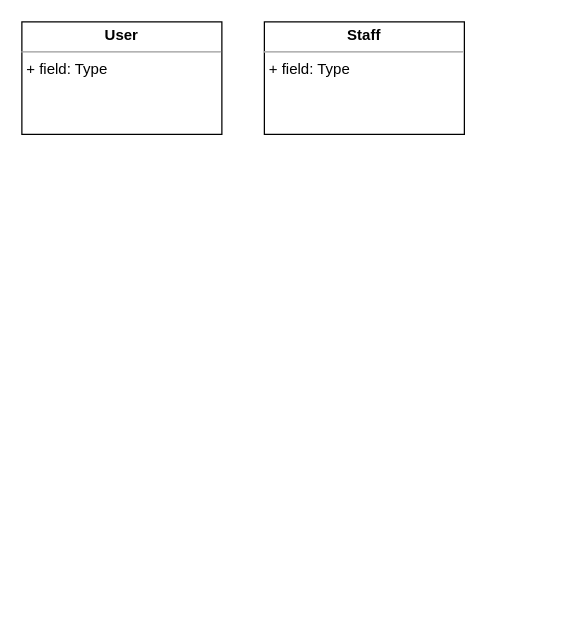
Before: Web Architecture/Lab0102/ClassDiagram.drawio in satyajitghana/University-Work-SEM-07, a draw.io diagram. Source tidied: cells renumbered, new cells numbered last; positions are measured from the earlier drawing's top-left corner, leaving out a move shared by most shapes. Both pictures are drawn from the tidied source at 125%, with x=0, y=0 at pixel (21, 21).
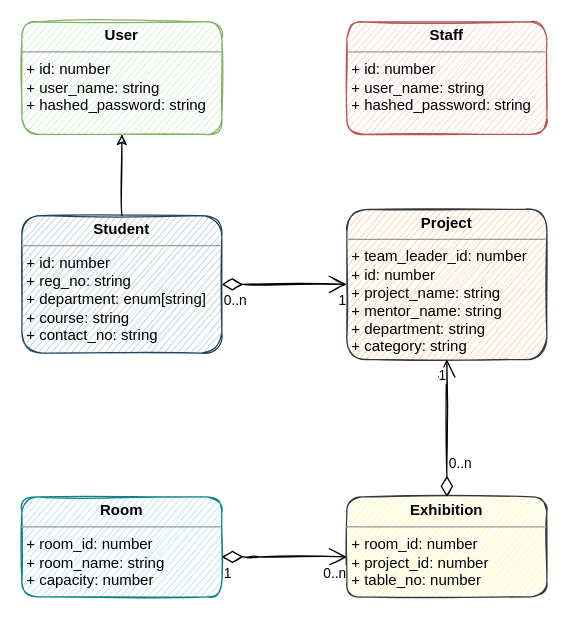
The same page after the edit.

The edit, as a diff of the source:
```diff
@@
-    <mxCell id="2" value="&lt;p style=&quot;margin: 0px ; margin-top: 4px ; text-align: center&quot;&gt;&lt;b&gt;User&lt;/b&gt;&lt;/p&gt;&lt;hr size=&quot;1&quot;&gt;&lt;p style=&quot;margin: 0px ; margin-left: 4px&quot;&gt;+ field: Type&lt;/p&gt;&lt;p style=&quot;margin: 0px ; margin-left: 4px&quot;&gt;&lt;br&gt;&lt;/p&gt;" style="verticalAlign=top;align=left;overflow=fill;fontSize=12;fontFamily=Helvetica;html=1;" parent="1" vertex="1">
+    <mxCell id="2" value="&lt;p style=&quot;margin: 0px ; margin-top: 4px ; text-align: center&quot;&gt;&lt;b&gt;User&lt;/b&gt;&lt;/p&gt;&lt;hr size=&quot;1&quot;&gt;&lt;p style=&quot;margin: 0px ; margin-left: 4px&quot;&gt;+ id: number&lt;/p&gt;&lt;p style=&quot;margin: 0px ; margin-left: 4px&quot;&gt;+ user_name: string&lt;/p&gt;&lt;p style=&quot;margin: 0px ; margin-left: 4px&quot;&gt;+ hashed_password: string&lt;/p&gt;&lt;p style=&quot;margin: 0px ; margin-left: 4px&quot;&gt;&lt;br&gt;&lt;/p&gt;" style="verticalAlign=top;align=left;overflow=fill;fontSize=12;fontFamily=Helvetica;html=1;rounded=1;glass=0;sketch=1;fillColor=#d5e8d4;strokeColor=#82b366;" parent="1" vertex="1">
       <mxGeometry width="160" height="90" as="geometry" />
     </mxCell>
-    <mxCell id="3" value="&lt;p style=&quot;margin: 0px ; margin-top: 4px ; text-align: center&quot;&gt;&lt;b&gt;Staff&lt;/b&gt;&lt;/p&gt;&lt;hr size=&quot;1&quot;&gt;&lt;p style=&quot;margin: 0px ; margin-left: 4px&quot;&gt;+ field: Type&lt;/p&gt;&lt;p style=&quot;margin: 0px ; margin-left: 4px&quot;&gt;&lt;br&gt;&lt;/p&gt;" style="verticalAlign=top;align=left;overflow=fill;fontSize=12;fontFamily=Helvetica;html=1;" parent="1" vertex="1">
-      <mxGeometry x="194" width="160" height="90" as="geometry" />
+    <mxCell id="3" value="&lt;p style=&quot;margin: 0px ; margin-top: 4px ; text-align: center&quot;&gt;&lt;b&gt;Staff&lt;/b&gt;&lt;/p&gt;&lt;hr size=&quot;1&quot;&gt;&lt;p style=&quot;margin: 0px 0px 0px 4px&quot;&gt;+ id: number&lt;/p&gt;&lt;p style=&quot;margin: 0px 0px 0px 4px&quot;&gt;+ user_name: string&lt;/p&gt;&lt;p style=&quot;margin: 0px 0px 0px 4px&quot;&gt;+ hashed_password: string&lt;/p&gt;&lt;p style=&quot;margin: 0px ; margin-left: 4px&quot;&gt;&lt;br&gt;&lt;/p&gt;" style="verticalAlign=top;align=left;overflow=fill;fontSize=12;fontFamily=Helvetica;html=1;rounded=1;shadow=0;sketch=1;fillColor=#f8cecc;strokeColor=#b85450;" parent="1" vertex="1">
+      <mxGeometry x="260" width="160" height="90" as="geometry" />
     </mxCell>
+    <mxCell id="4" value="&lt;p style=&quot;margin: 0px ; margin-top: 4px ; text-align: center&quot;&gt;&lt;b&gt;Student&lt;/b&gt;&lt;/p&gt;&lt;hr size=&quot;1&quot;&gt;&lt;p style=&quot;margin: 0px ; margin-left: 4px&quot;&gt;+ id: number&lt;/p&gt;&lt;p style=&quot;margin: 0px ; margin-left: 4px&quot;&gt;+ reg_no: string&lt;/p&gt;&lt;p style=&quot;margin: 0px ; margin-left: 4px&quot;&gt;+ department: enum[string]&lt;/p&gt;&lt;p style=&quot;margin: 0px ; margin-left: 4px&quot;&gt;+ course: string&lt;/p&gt;&lt;p style=&quot;margin: 0px ; margin-left: 4px&quot;&gt;+ contact_no: string&lt;/p&gt;&lt;p style=&quot;margin: 0px ; margin-left: 4px&quot;&gt;&lt;br&gt;&lt;/p&gt;" style="verticalAlign=top;align=left;overflow=fill;fontSize=12;fontFamily=Helvetica;html=1;rounded=1;sketch=1;fillColor=#bac8d3;strokeColor=#23445d;" parent="1" vertex="1">
+      <mxGeometry y="155" width="160" height="110" as="geometry" />
+    </mxCell>
+    <mxCell id="5" value="&lt;p style=&quot;margin: 0px ; margin-top: 4px ; text-align: center&quot;&gt;&lt;b&gt;Project&lt;/b&gt;&lt;/p&gt;&lt;hr size=&quot;1&quot;&gt;&lt;p style=&quot;margin: 0px ; margin-left: 4px&quot;&gt;+ team_leader_id: number&lt;/p&gt;&lt;p style=&quot;margin: 0px ; margin-left: 4px&quot;&gt;+ id: number&lt;/p&gt;&lt;p style=&quot;margin: 0px ; margin-left: 4px&quot;&gt;+ project_name: string&lt;/p&gt;&lt;p style=&quot;margin: 0px ; margin-left: 4px&quot;&gt;+ mentor_name: string&lt;/p&gt;&lt;p style=&quot;margin: 0px ; margin-left: 4px&quot;&gt;+ department: string&lt;/p&gt;&lt;p style=&quot;margin: 0px ; margin-left: 4px&quot;&gt;+ category: string&lt;/p&gt;&lt;p style=&quot;margin: 0px ; margin-left: 4px&quot;&gt;&lt;br&gt;&lt;/p&gt;" style="verticalAlign=top;align=left;overflow=fill;fontSize=12;fontFamily=Helvetica;html=1;rounded=1;sketch=1;fillColor=#ffcc99;strokeColor=#36393d;" parent="1" vertex="1">
+      <mxGeometry x="260" y="150" width="160" height="120" as="geometry" />
+    </mxCell>
+    <mxCell id="6" value="&lt;p style=&quot;margin: 0px ; margin-top: 4px ; text-align: center&quot;&gt;&lt;b&gt;Room&lt;/b&gt;&lt;/p&gt;&lt;hr size=&quot;1&quot;&gt;&lt;p style=&quot;margin: 0px ; margin-left: 4px&quot;&gt;+ room_id: number&lt;/p&gt;&lt;p style=&quot;margin: 0px ; margin-left: 4px&quot;&gt;+ room_name: string&lt;/p&gt;&lt;p style=&quot;margin: 0px ; margin-left: 4px&quot;&gt;+ capacity: number&lt;/p&gt;&lt;p style=&quot;margin: 0px ; margin-left: 4px&quot;&gt;&lt;br&gt;&lt;/p&gt;" style="verticalAlign=top;align=left;overflow=fill;fontSize=12;fontFamily=Helvetica;html=1;rounded=1;sketch=1;fillColor=#b0e3e6;strokeColor=#0e8088;" parent="1" vertex="1">
+      <mxGeometry y="380" width="160" height="80" as="geometry" />
+    </mxCell>
+    <mxCell id="7" value="&lt;p style=&quot;margin: 0px ; margin-top: 4px ; text-align: center&quot;&gt;&lt;b&gt;Exhibition&lt;/b&gt;&lt;/p&gt;&lt;hr size=&quot;1&quot;&gt;&lt;p style=&quot;margin: 0px ; margin-left: 4px&quot;&gt;+ room_id: number&lt;/p&gt;&lt;p style=&quot;margin: 0px ; margin-left: 4px&quot;&gt;+ project_id: number&lt;/p&gt;&lt;p style=&quot;margin: 0px ; margin-left: 4px&quot;&gt;+ table_no: number&lt;/p&gt;&lt;p style=&quot;margin: 0px ; margin-left: 4px&quot;&gt;&lt;br&gt;&lt;/p&gt;" style="verticalAlign=top;align=left;overflow=fill;fontSize=12;fontFamily=Helvetica;html=1;rounded=1;sketch=1;fillColor=#ffff88;strokeColor=#36393d;" parent="1" vertex="1">
+      <mxGeometry x="260" y="380" width="160" height="80" as="geometry" />
+    </mxCell>
+    <mxCell id="8" style="endArrow=classic;html=1;entryX=0.5;entryY=1;entryDx=0;entryDy=0;sketch=1;" parent="1" edge="1" source="4" target="2">
+      <mxGeometry relative="1" as="geometry" />
+    </mxCell>
+    <mxCell id="9" style="endArrow=open;html=1;endSize=12;startArrow=diamondThin;startSize=14;startFill=0;edgeStyle=orthogonalEdgeStyle;sketch=1;" parent="1" edge="1" source="6" target="7">
+      <mxGeometry relative="1" as="geometry">
+        <Array as="points">
+          <mxPoint x="180" y="428" />
+          <mxPoint x="180" y="428" />
+        </Array>
+      </mxGeometry>
+    </mxCell>
+    <mxCell id="10" value="1" style="edgeLabel;html=1;align=left;verticalAlign=top;" parent="9" vertex="1">
+      <mxGeometry x="-1" relative="1" as="geometry" />
+    </mxCell>
+    <mxCell id="11" value="0..n" style="edgeLabel;html=1;align=right;verticalAlign=top;" parent="9" vertex="1">
+      <mxGeometry x="1" relative="1" as="geometry" />
+    </mxCell>
+    <mxCell id="12" style="endArrow=open;html=1;endSize=12;startArrow=diamondThin;startSize=14;startFill=0;edgeStyle=orthogonalEdgeStyle;entryX=0.5;entryY=1;entryDx=0;entryDy=0;exitX=0.5;exitY=0;exitDx=0;exitDy=0;sketch=1;" parent="1" edge="1" source="7" target="5">
+      <mxGeometry relative="1" as="geometry" />
+    </mxCell>
+    <mxCell id="13" value="0..n" style="edgeLabel;html=1;align=left;verticalAlign=top;" parent="12" vertex="1">
+      <mxGeometry x="-1" relative="1" as="geometry">
+        <mxPoint y="-40" as="offset" />
+      </mxGeometry>
+    </mxCell>
+    <mxCell id="14" value="1" style="edgeLabel;html=1;align=right;verticalAlign=top;" parent="12" vertex="1">
+      <mxGeometry x="1" relative="1" as="geometry" />
+    </mxCell>
+    <mxCell id="15" style="endArrow=open;html=1;endSize=12;startArrow=diamondThin;startSize=14;startFill=0;edgeStyle=orthogonalEdgeStyle;entryX=0;entryY=0.5;entryDx=0;entryDy=0;exitX=1;exitY=0.5;exitDx=0;exitDy=0;sketch=1;" parent="1" edge="1" source="4" target="5">
+      <mxGeometry relative="1" as="geometry" />
+    </mxCell>
+    <mxCell id="16" value="0..n" style="edgeLabel;html=1;align=left;verticalAlign=top;" parent="15" vertex="1">
+      <mxGeometry x="-1" relative="1" as="geometry" />
+    </mxCell>
+    <mxCell id="17" value="1" style="edgeLabel;html=1;align=right;verticalAlign=top;" parent="15" vertex="1">
+      <mxGeometry x="1" relative="1" as="geometry" />
+    </mxCell>
```
